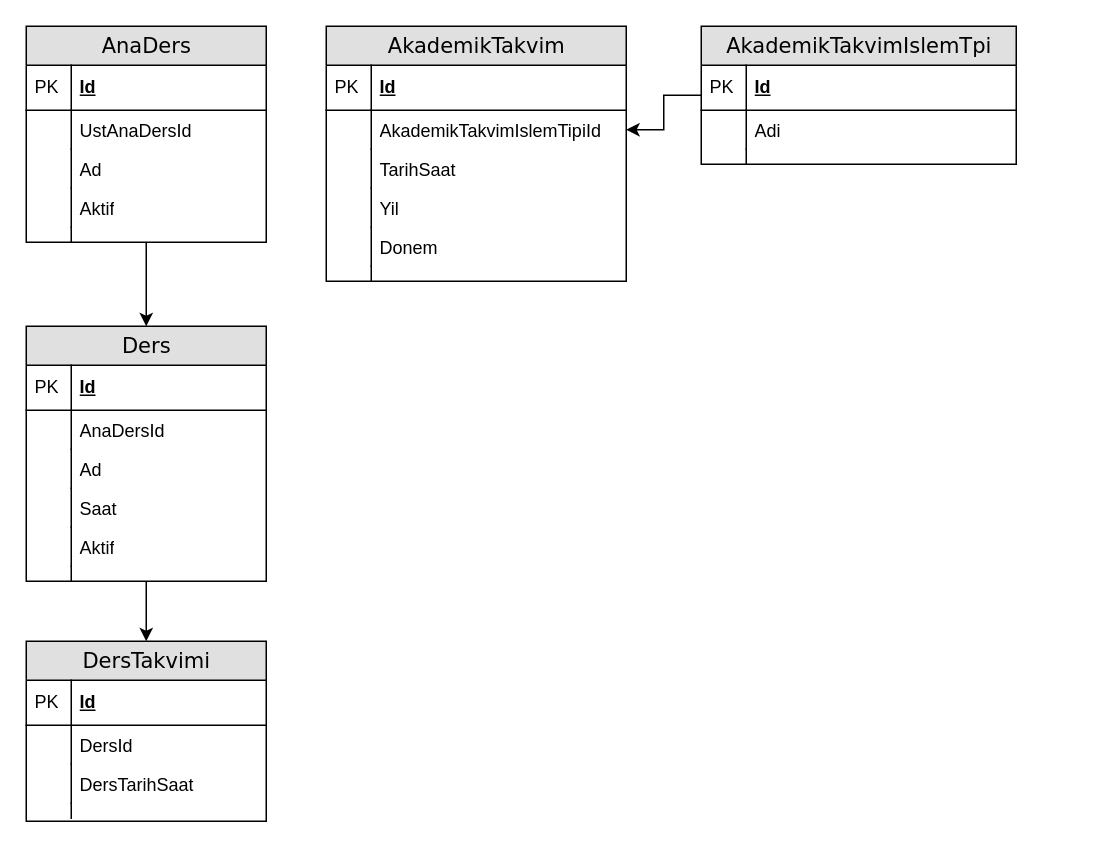
The draw.io diagram page "Öğrenci İşleri" (4 of 8) of Kur 2/Veritabanı Diagrams.drawio in etuncay/kugim-gen-yazilimcilar-egitim-programi, before the edit. Source tidied: cells renumbered, new cells numbered last; positions are measured from the earlier drawing's top-left corner, leaving out a move shared by most shapes. Both pictures are drawn from the tidied source at 150%, with x=0, y=0 at pixel (26, 26).
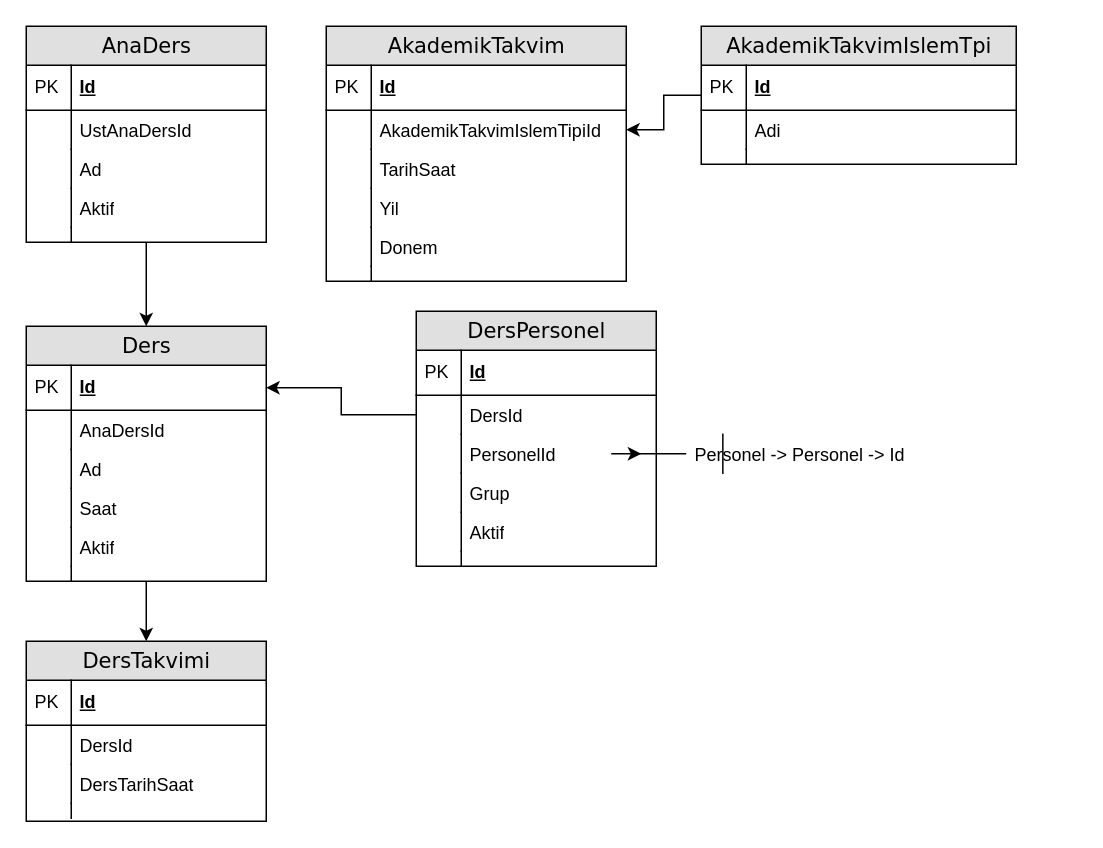
After the change.

The change refers to these unchanged cells:
```xml
<mxCell id="16" value="Id" style="shape=partialRectangle;top=0;left=0;right=0;bottom=1;html=1;align=left;verticalAlign=middle;fillColor=none;spacingLeft=34;spacingRight=4;whiteSpace=wrap;overflow=hidden;points=[[0,0.5],[1,0.5]];portConstraint=eastwest;fontStyle=5;" parent="15" vertex="1">
  <mxGeometry y="26" width="160" height="30" as="geometry" />
</mxCell>
```

What changed in the source:
```diff
@@
+    <mxCell id="58" value="DersPersonel" style="swimlane;html=1;fontStyle=0;horizontal=1;startSize=26;fillColor=#e0e0e0;swimlaneFillColor=#ffffff;align=center;rounded=0;shadow=0;comic=0;labelBackgroundColor=none;strokeWidth=1;fontFamily=Verdana;fontSize=14;" parent="1" vertex="1">
+      <mxGeometry x="260" y="190" width="160" height="170" as="geometry" />
+    </mxCell>
+    <mxCell id="59" value="Id" style="shape=partialRectangle;top=0;left=0;right=0;bottom=1;html=1;align=left;verticalAlign=middle;fillColor=none;spacingLeft=34;spacingRight=4;whiteSpace=wrap;overflow=hidden;fontStyle=5;" parent="58" vertex="1">
+      <mxGeometry y="26" width="160" height="30" as="geometry" />
+    </mxCell>
+    <mxCell id="60" value="PK" style="shape=partialRectangle;top=0;left=0;bottom=0;html=1;fillColor=none;align=left;verticalAlign=middle;spacingLeft=4;spacingRight=4;whiteSpace=wrap;overflow=hidden;" parent="59" vertex="1">
+      <mxGeometry width="30" height="30" as="geometry" />
+    </mxCell>
+    <mxCell id="61" value="DersId" style="shape=partialRectangle;top=0;left=0;right=0;bottom=0;html=1;align=left;verticalAlign=top;fillColor=none;spacingLeft=34;spacingRight=4;whiteSpace=wrap;overflow=hidden;points=[[0,0.5],[1,0.5]];portConstraint=eastwest;" parent="58" vertex="1">
+      <mxGeometry y="56" width="160" height="26" as="geometry" />
+    </mxCell>
+    <mxCell id="62" style="shape=partialRectangle;top=0;left=0;bottom=0;html=1;fillColor=none;align=left;verticalAlign=top;spacingLeft=4;spacingRight=4;whiteSpace=wrap;overflow=hidden;" parent="61" vertex="1">
+      <mxGeometry width="30" height="26" as="geometry" />
+    </mxCell>
+    <mxCell id="63" value="PersonelId" style="shape=partialRectangle;top=0;left=0;right=0;bottom=0;html=1;align=left;verticalAlign=top;fillColor=none;spacingLeft=34;spacingRight=4;whiteSpace=wrap;overflow=hidden;points=[[0,0.5],[1,0.5]];portConstraint=eastwest;" parent="58" vertex="1">
+      <mxGeometry y="82" width="160" height="26" as="geometry" />
+    </mxCell>
+    <mxCell id="64" style="shape=partialRectangle;top=0;left=0;bottom=0;html=1;fillColor=none;align=left;verticalAlign=top;spacingLeft=4;spacingRight=4;whiteSpace=wrap;overflow=hidden;" parent="63" vertex="1">
+      <mxGeometry width="30" height="26" as="geometry" />
+    </mxCell>
+    <mxCell id="65" value="Grup" style="shape=partialRectangle;top=0;left=0;right=0;bottom=0;html=1;align=left;verticalAlign=top;fillColor=none;spacingLeft=34;spacingRight=4;whiteSpace=wrap;overflow=hidden;" parent="58" vertex="1">
+      <mxGeometry y="108" width="160" height="26" as="geometry" />
+    </mxCell>
+    <mxCell id="66" style="shape=partialRectangle;top=0;left=0;bottom=0;html=1;fillColor=none;align=left;verticalAlign=top;spacingLeft=4;spacingRight=4;whiteSpace=wrap;overflow=hidden;" parent="65" vertex="1">
+      <mxGeometry width="30" height="26" as="geometry" />
+    </mxCell>
+    <mxCell id="67" value="Aktif" style="shape=partialRectangle;top=0;left=0;right=0;bottom=0;html=1;align=left;verticalAlign=top;fillColor=none;spacingLeft=34;spacingRight=4;whiteSpace=wrap;overflow=hidden;" parent="58" vertex="1">
+      <mxGeometry y="134" width="160" height="26" as="geometry" />
+    </mxCell>
+    <mxCell id="68" style="shape=partialRectangle;top=0;left=0;bottom=0;html=1;fillColor=none;align=left;verticalAlign=top;spacingLeft=4;spacingRight=4;whiteSpace=wrap;overflow=hidden;" parent="67" vertex="1">
+      <mxGeometry width="30" height="26" as="geometry" />
+    </mxCell>
+    <mxCell id="69" style="shape=partialRectangle;top=0;left=0;right=0;bottom=0;html=1;align=left;verticalAlign=top;fillColor=none;spacingLeft=34;spacingRight=4;whiteSpace=wrap;overflow=hidden;" parent="58" vertex="1">
+      <mxGeometry y="160" width="160" height="10" as="geometry" />
+    </mxCell>
+    <mxCell id="70" style="shape=partialRectangle;top=0;left=0;bottom=0;html=1;fillColor=none;align=left;verticalAlign=top;spacingLeft=4;spacingRight=4;whiteSpace=wrap;overflow=hidden;" parent="69" vertex="1">
+      <mxGeometry width="30" height="10" as="geometry" />
+    </mxCell>
+    <mxCell id="71" style="edgeStyle=orthogonalEdgeStyle;rounded=0;jettySize=auto;html=1;" parent="1" edge="1" source="61" target="16">
+      <mxGeometry relative="1" as="geometry" />
+    </mxCell>
+    <mxCell id="72" value="Personel -&amp;gt; Personel -&amp;gt; Id" style="shape=partialRectangle;top=0;left=0;right=0;bottom=0;html=1;align=left;verticalAlign=top;fillColor=none;spacingLeft=34;spacingRight=4;whiteSpace=wrap;overflow=hidden;points=[[0,0.5],[1,0.5]];portConstraint=eastwest;" parent="1" vertex="1">
+      <mxGeometry x="410" y="272" width="290" height="26" as="geometry" />
+    </mxCell>
+    <mxCell id="73" style="shape=partialRectangle;top=0;left=0;bottom=0;html=1;fillColor=none;align=left;verticalAlign=top;spacingLeft=4;spacingRight=4;whiteSpace=wrap;overflow=hidden;" parent="72" vertex="1">
+      <mxGeometry width="54.4" height="26" as="geometry" />
+    </mxCell>
+    <mxCell id="74" style="edgeStyle=orthogonalEdgeStyle;rounded=0;jettySize=auto;html=1;" parent="1" edge="1" source="63" target="72">
+      <mxGeometry relative="1" as="geometry" />
+    </mxCell>
```
